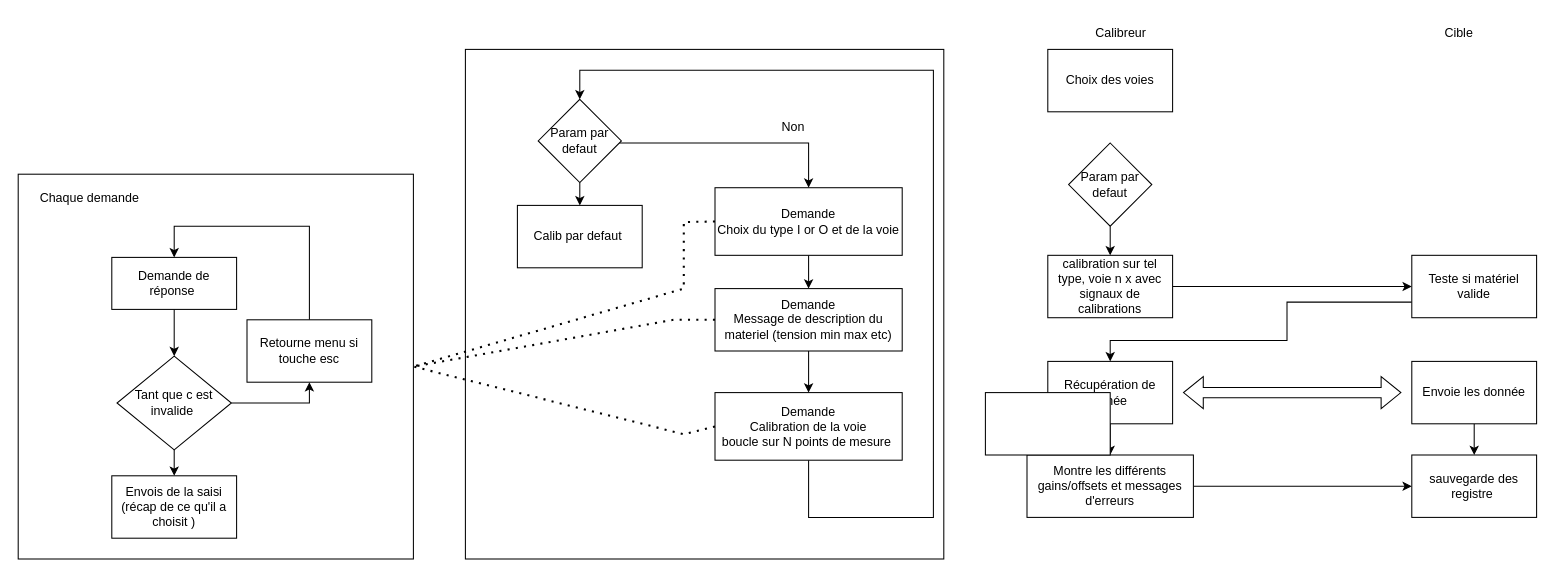
Before: Auto_Calib.drawio in Floriangit12/Bureau_Etude, a draw.io diagram. Source tidied: cells renumbered, new cells numbered last; positions are measured from the earlier drawing's top-left corner, leaving out a move shared by most shapes. Both pictures are drawn from the tidied source at 104%, with x=0, y=0 at pixel (18, 18).
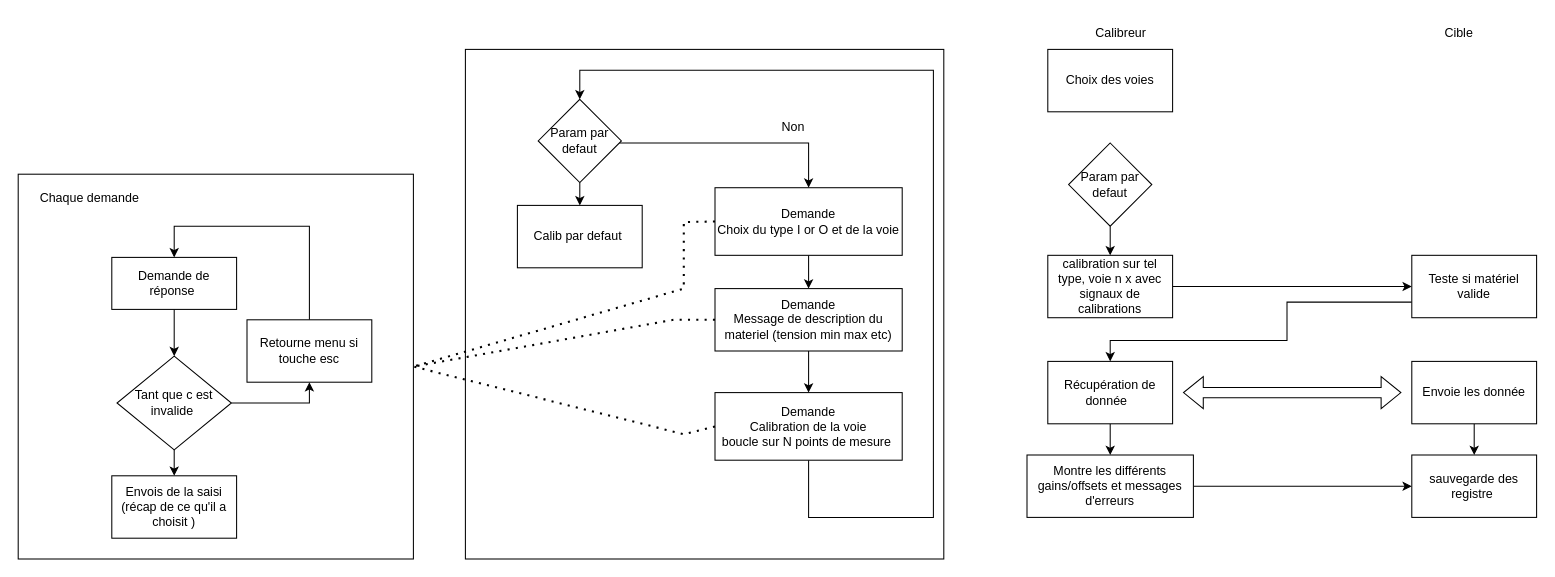
After the change.

Commit message:
Mised à jour Auto_Calib.drawio

What changed in the source:
```diff
@@
-    <mxCell id="39" style="rounded=0;whiteSpace=wrap;html=1;" parent="1" vertex="1">
-      <mxGeometry x="930" y="360" width="120" height="60" as="geometry" />
-    </mxCell>
```
